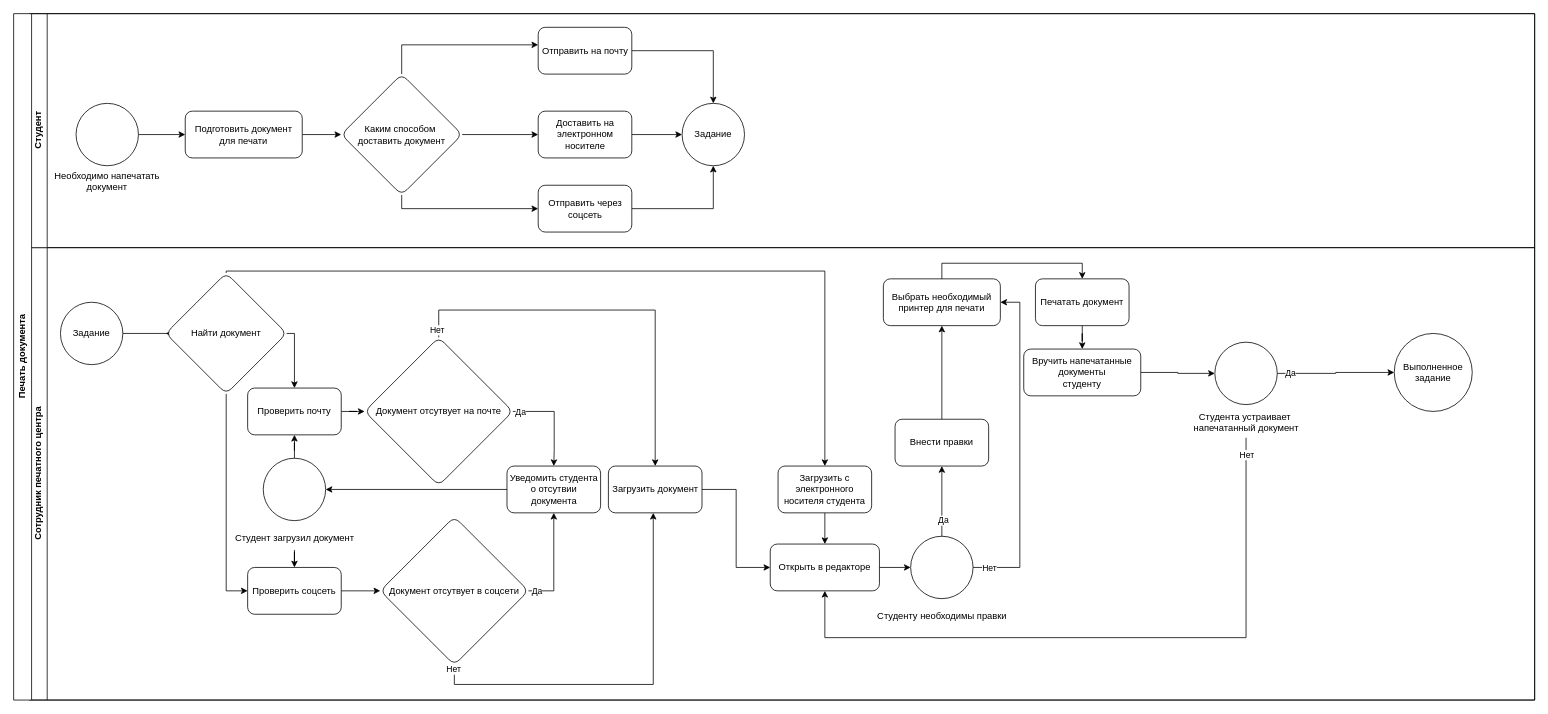
Before: drawio/Диаграмма без названия.drawio in s1riller/onlinePrintService, a draw.io diagram. Source tidied: cells renumbered, new cells numbered last; positions are measured from the earlier drawing's top-left corner, leaving out a move shared by most shapes. Both pictures are drawn from the tidied source at 78%, with x=0, y=0 at pixel (13, 13).
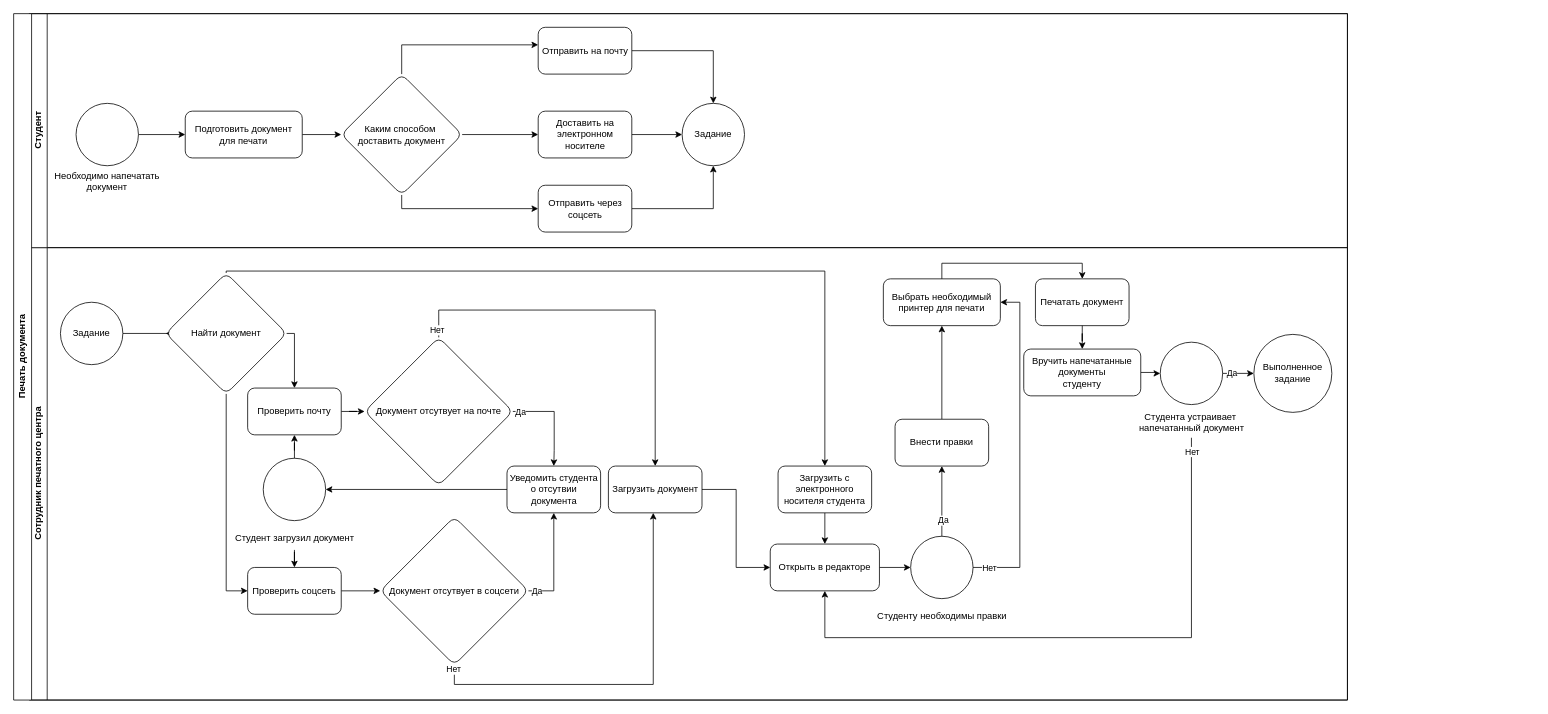
The same page after the edit.

The change refers to these unchanged cells:
```xml
<mxCell id="34" value="Открыть в редакторе" style="rounded=1;whiteSpace=wrap;html=1;" parent="1" vertex="1">
  <mxGeometry x="970" y="680" width="140" height="60" as="geometry" />
</mxCell>
<mxCell id="50" style="group;" parent="46" vertex="1">
  <mxGeometry x="1490" y="421.2" width="230" height="122.5" as="geometry" />
</mxCell>
```

The edit, as a diff of the source:
```diff
@@
     <mxCell id="44" value="Сотрудник печатного центра" style="swimlane;horizontal=0;whiteSpace=wrap;html=1;" parent="1" vertex="1">
-      <mxGeometry x="20" y="300" width="1930" height="580" as="geometry" />
+      <mxGeometry x="20" y="300" width="1690" height="580" as="geometry" />
     </mxCell>
     <mxCell id="45" value="Студент" style="swimlane;horizontal=0;whiteSpace=wrap;html=1;" parent="1" vertex="1">
-      <mxGeometry x="20" width="1930" height="300" as="geometry" />
+      <mxGeometry x="20" width="1690" height="300" as="geometry" />
     </mxCell>
     <mxCell id="46" value="Печать документа" style="swimlane;horizontal=0;whiteSpace=wrap;html=1;" parent="1" vertex="1">
-      <mxGeometry width="1950" height="880" as="geometry" />
+      <mxGeometry width="1710" height="880" as="geometry" />
     </mxCell>
@@
-    <mxCell id="49" value="Выполненное задание" style="ellipse;whiteSpace=wrap;html=1;rounded=1;" parent="46" vertex="1">
-      <mxGeometry x="1770" y="410" width="100" height="100" as="geometry" />
-    </mxCell>
@@
     <mxCell id="51" style="ellipse;whiteSpace=wrap;html=1;" parent="50" vertex="1">
-      <mxGeometry x="50" width="80" height="80" as="geometry" />
+      <mxGeometry x="-20" width="80" height="80" as="geometry" />
     </mxCell>
     <mxCell id="52" value="Студента устраивает&amp;nbsp;&lt;div&gt;напечатанный документ&lt;/div&gt;" style="text;html=1;align=center;verticalAlign=middle;points=[];strokeColor=none;fillColor=none;" parent="50" vertex="1">
-      <mxGeometry x="10" y="82.5" width="160" height="40" as="geometry" />
+      <mxGeometry x="-60" y="82.5" width="160" height="40" as="geometry" />
     </mxCell>
+    <mxCell id="49" value="Выполненное задание" style="ellipse;whiteSpace=wrap;html=1;rounded=1;" parent="50" vertex="1">
+      <mxGeometry x="100" y="-10" width="100" height="100" as="geometry" />
+    </mxCell>
+    <mxCell id="57" style="edgeStyle=orthogonalEdgeStyle;rounded=0;jettySize=auto;html=1;" parent="50" edge="1" source="51" target="49">
+      <mxGeometry relative="1" as="geometry" />
+    </mxCell>
+    <mxCell id="58" value="Да" style="edgeLabel;html=1;align=center;verticalAlign=middle;" parent="57" vertex="1">
+      <mxGeometry x="-0.47" y="-6" relative="1" as="geometry">
+        <mxPoint y="-7" as="offset" />
+      </mxGeometry>
+    </mxCell>
@@
-    <mxCell id="57" style="edgeStyle=orthogonalEdgeStyle;rounded=0;jettySize=auto;html=1;" parent="46" edge="1" source="51" target="49">
-      <mxGeometry relative="1" as="geometry" />
-    </mxCell>
-    <mxCell id="58" value="Да" style="edgeLabel;html=1;align=center;verticalAlign=middle;" parent="57" vertex="1">
-      <mxGeometry x="-0.47" y="-6" relative="1" as="geometry">
-        <mxPoint x="-24" y="-7" as="offset" />
-      </mxGeometry>
-    </mxCell>
@@
     <mxCell id="75" style="edgeStyle=orthogonalEdgeStyle;rounded=0;jettySize=auto;html=1;entryX=0.5;entryY=1;entryDx=0;entryDy=0;" parent="1" edge="1" source="52" target="34">
       <mxGeometry relative="1" as="geometry">
         <Array as="points">
-          <mxPoint x="1580" y="800" />
+          <mxPoint x="1510" y="800" />
           <mxPoint x="1040" y="800" />
         </Array>
       </mxGeometry>
     </mxCell>
```
